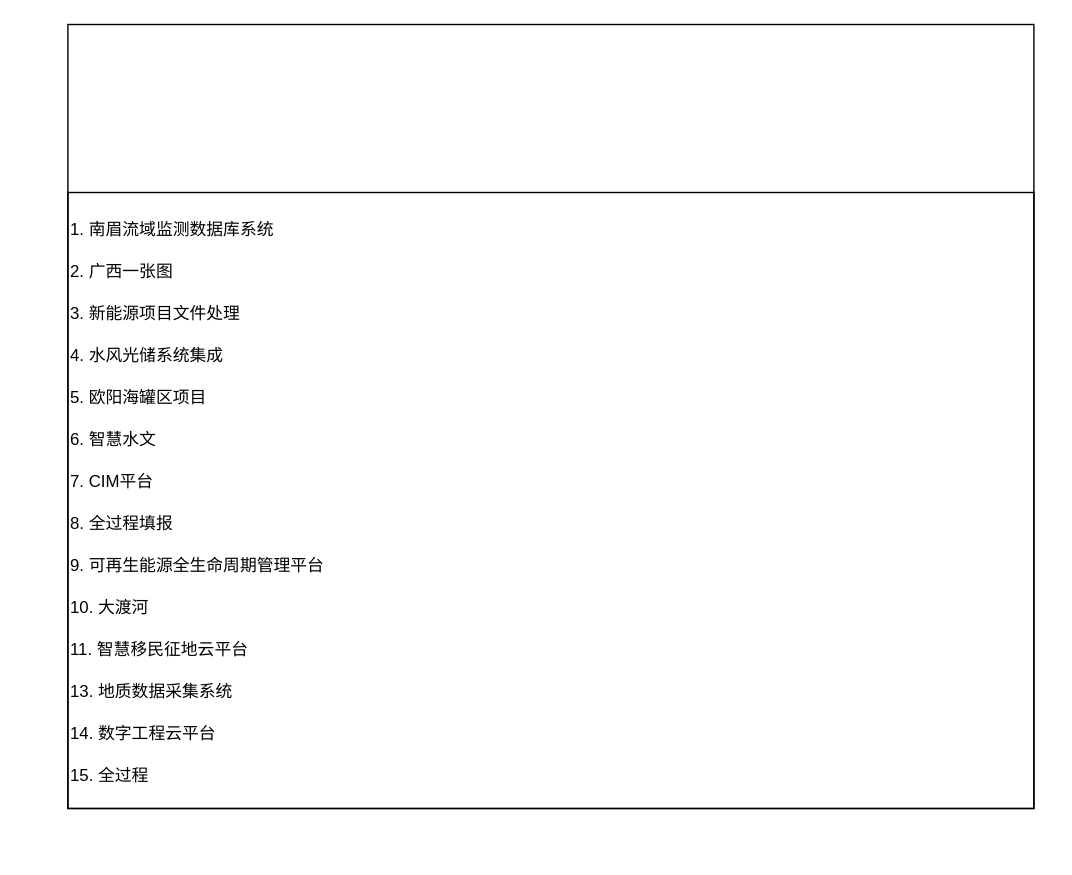
Before: 低代码—生态市场—项目生态.drawio in tangyaosimida/love, a draw.io diagram. Source tidied: cells renumbered, new cells numbered last; positions are measured from the earlier drawing's top-left corner, leaving out a move shared by most shapes. Both pictures are drawn from the tidied source at 140%, with x=0, y=0 at pixel (67, 24).
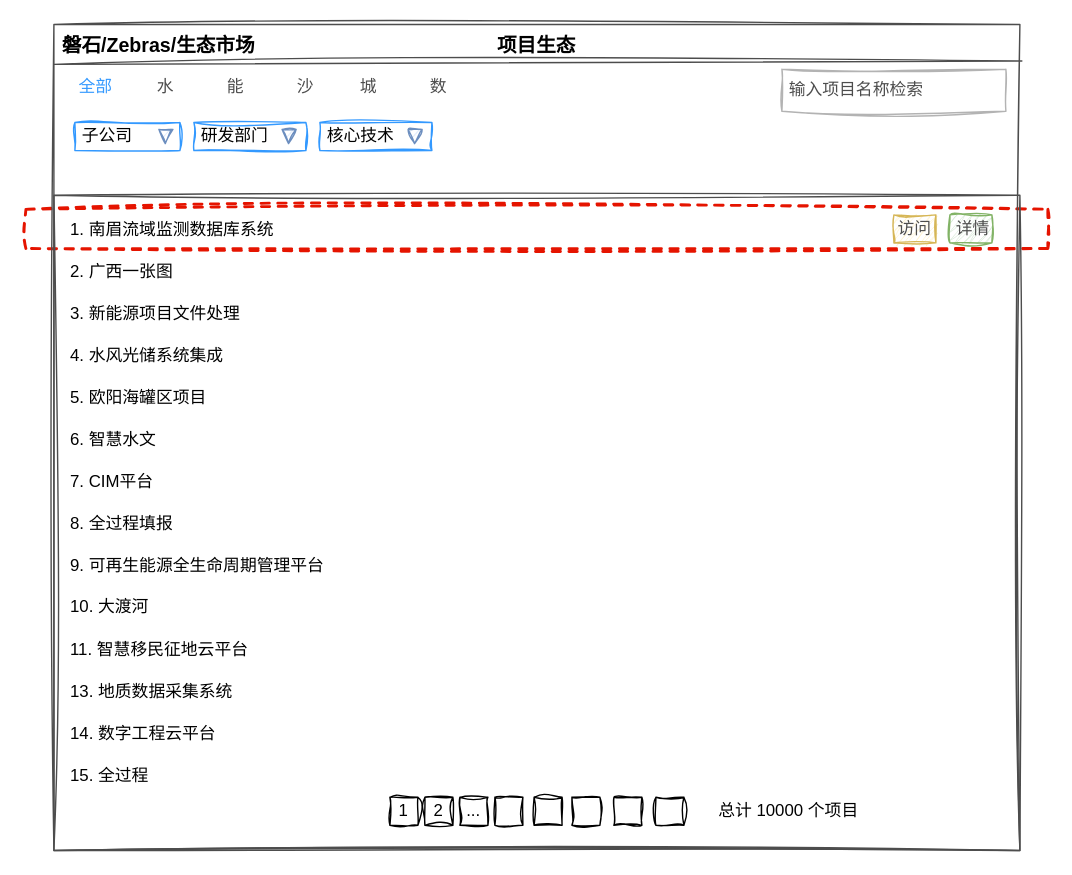
Above is the later version.

Commit message:
更新低代码—生态市场—项目生态.drawio

The edit, as a diff of the source:
```diff
@@
+    <mxCell id="18" style="rounded=0;whiteSpace=wrap;html=1;fillColor=none;dashed=1;strokeWidth=2;strokeColor=#E51400;sketch=1;curveFitting=1;jiggle=2;shadow=0;" parent="1" vertex="1">
+      <mxGeometry x="-30" y="132" width="730" height="28" as="geometry" />
+    </mxCell>
-    <mxCell id="2" style="rounded=0;whiteSpace=wrap;html=1;fillColor=none;" parent="1" vertex="1">
-      <mxGeometry width="690" height="560" as="geometry" />
+    <mxCell id="2" style="rounded=0;whiteSpace=wrap;html=1;fillColor=none;strokeColor=#4D4D4D;sketch=1;curveFitting=1;jiggle=2;shadow=0;" parent="1" vertex="1">
+      <mxGeometry x="-10" width="690" height="590" as="geometry" />
     </mxCell>
-    <mxCell id="3" style="rounded=0;whiteSpace=wrap;html=1;fillColor=none;" parent="1" vertex="1">
-      <mxGeometry y="120" width="690" height="440" as="geometry" />
+    <mxCell id="3" style="rounded=0;whiteSpace=wrap;html=1;fillColor=none;strokeColor=#4D4D4D;sketch=1;curveFitting=1;jiggle=2;shadow=0;" parent="1" vertex="1">
+      <mxGeometry x="-10" y="122" width="690" height="468" as="geometry" />
     </mxCell>
-    <mxCell id="4" value="1. 南眉流域监测数据库系统" style="text;html=1;align=left;verticalAlign=middle;whiteSpace=wrap;rounded=0;" parent="1" vertex="1">
-      <mxGeometry y="132" width="690" height="30" as="geometry" />
+    <mxCell id="4" value="1. 南眉流域监测数据库系统" style="text;html=1;align=left;verticalAlign=middle;whiteSpace=wrap;rounded=0;sketch=1;curveFitting=1;jiggle=2;shadow=0;" parent="1" vertex="1">
+      <mxGeometry y="132" width="250" height="30" as="geometry" />
     </mxCell>
-    <mxCell id="5" value="2. 广西一张图" style="text;html=1;align=left;verticalAlign=middle;whiteSpace=wrap;rounded=0;" parent="1" vertex="1">
-      <mxGeometry y="162" width="690" height="30" as="geometry" />
+    <mxCell id="5" value="2. 广西一张图" style="text;html=1;align=left;verticalAlign=middle;whiteSpace=wrap;rounded=0;sketch=1;curveFitting=1;jiggle=2;shadow=0;" parent="1" vertex="1">
+      <mxGeometry y="162" width="250" height="30" as="geometry" />
     </mxCell>
-    <mxCell id="6" value="3. 新能源项目文件处理" style="text;html=1;align=left;verticalAlign=middle;whiteSpace=wrap;rounded=0;" parent="1" vertex="1">
-      <mxGeometry y="192" width="690" height="30" as="geometry" />
+    <mxCell id="6" value="3. 新能源项目文件处理" style="text;html=1;align=left;verticalAlign=middle;whiteSpace=wrap;rounded=0;sketch=1;curveFitting=1;jiggle=2;shadow=0;" parent="1" vertex="1">
+      <mxGeometry y="192" width="250" height="30" as="geometry" />
     </mxCell>
-    <mxCell id="7" value="4. 水风光储系统集成" style="text;html=1;align=left;verticalAlign=middle;whiteSpace=wrap;rounded=0;" parent="1" vertex="1">
-      <mxGeometry y="222" width="690" height="30" as="geometry" />
+    <mxCell id="7" value="4. 水风光储系统集成" style="text;html=1;align=left;verticalAlign=middle;whiteSpace=wrap;rounded=0;sketch=1;curveFitting=1;jiggle=2;shadow=0;" parent="1" vertex="1">
+      <mxGeometry y="222" width="250" height="30" as="geometry" />
     </mxCell>
-    <mxCell id="8" value="5. 欧阳海罐区项目" style="text;html=1;align=left;verticalAlign=middle;whiteSpace=wrap;rounded=0;" parent="1" vertex="1">
-      <mxGeometry y="252" width="690" height="30" as="geometry" />
+    <mxCell id="8" value="5. 欧阳海罐区项目" style="text;html=1;align=left;verticalAlign=middle;whiteSpace=wrap;rounded=0;sketch=1;curveFitting=1;jiggle=2;shadow=0;" parent="1" vertex="1">
+      <mxGeometry y="252" width="250" height="30" as="geometry" />
     </mxCell>
-    <mxCell id="9" value="6. 智慧水文" style="text;html=1;align=left;verticalAlign=middle;whiteSpace=wrap;rounded=0;" parent="1" vertex="1">
-      <mxGeometry y="282" width="690" height="30" as="geometry" />
+    <mxCell id="9" value="6. 智慧水文" style="text;html=1;align=left;verticalAlign=middle;whiteSpace=wrap;rounded=0;sketch=1;curveFitting=1;jiggle=2;shadow=0;" parent="1" vertex="1">
+      <mxGeometry y="282" width="250" height="30" as="geometry" />
     </mxCell>
-    <mxCell id="10" value="7. CIM平台" style="text;html=1;align=left;verticalAlign=middle;whiteSpace=wrap;rounded=0;" parent="1" vertex="1">
-      <mxGeometry y="312" width="690" height="30" as="geometry" />
+    <mxCell id="10" value="7. CIM平台" style="text;html=1;align=left;verticalAlign=middle;whiteSpace=wrap;rounded=0;sketch=1;curveFitting=1;jiggle=2;shadow=0;" parent="1" vertex="1">
+      <mxGeometry y="312" width="250" height="30" as="geometry" />
     </mxCell>
-    <mxCell id="11" value="8. 全过程填报" style="text;html=1;align=left;verticalAlign=middle;whiteSpace=wrap;rounded=0;" parent="1" vertex="1">
-      <mxGeometry y="342" width="690" height="30" as="geometry" />
+    <mxCell id="11" value="8. 全过程填报" style="text;html=1;align=left;verticalAlign=middle;whiteSpace=wrap;rounded=0;sketch=1;curveFitting=1;jiggle=2;shadow=0;" parent="1" vertex="1">
+      <mxGeometry y="342" width="250" height="30" as="geometry" />
     </mxCell>
-    <mxCell id="12" value="9. 可再生能源全生命周期管理平台" style="text;html=1;align=left;verticalAlign=middle;whiteSpace=wrap;rounded=0;" parent="1" vertex="1">
-      <mxGeometry y="372" width="690" height="30" as="geometry" />
+    <mxCell id="12" value="9. 可再生能源全生命周期管理平台" style="text;html=1;align=left;verticalAlign=middle;whiteSpace=wrap;rounded=0;sketch=1;curveFitting=1;jiggle=2;shadow=0;" parent="1" vertex="1">
+      <mxGeometry y="372" width="250" height="30" as="geometry" />
     </mxCell>
-    <mxCell id="13" value="10. 大渡河" style="text;html=1;align=left;verticalAlign=middle;whiteSpace=wrap;rounded=0;" parent="1" vertex="1">
-      <mxGeometry y="402" width="690" height="30" as="geometry" />
+    <mxCell id="13" value="10. 大渡河" style="text;html=1;align=left;verticalAlign=middle;whiteSpace=wrap;rounded=0;sketch=1;curveFitting=1;jiggle=2;shadow=0;" parent="1" vertex="1">
+      <mxGeometry y="402" width="250" height="28" as="geometry" />
     </mxCell>
-    <mxCell id="14" value="11. 智慧移民征地云平台" style="text;html=1;align=left;verticalAlign=middle;whiteSpace=wrap;rounded=0;" parent="1" vertex="1">
-      <mxGeometry y="432" width="690" height="30" as="geometry" />
+    <mxCell id="14" value="11. 智慧移民征地云平台" style="text;html=1;align=left;verticalAlign=middle;whiteSpace=wrap;rounded=0;sketch=1;curveFitting=1;jiggle=2;shadow=0;" parent="1" vertex="1">
+      <mxGeometry y="432" width="250" height="30" as="geometry" />
     </mxCell>
-    <mxCell id="15" value="13. 地质数据采集系统" style="text;html=1;align=left;verticalAlign=middle;whiteSpace=wrap;rounded=0;" parent="1" vertex="1">
-      <mxGeometry y="462" width="690" height="30" as="geometry" />
+    <mxCell id="15" value="13. 地质数据采集系统" style="text;html=1;align=left;verticalAlign=middle;whiteSpace=wrap;rounded=0;sketch=1;curveFitting=1;jiggle=2;shadow=0;" parent="1" vertex="1">
+      <mxGeometry y="462" width="250" height="30" as="geometry" />
     </mxCell>
-    <mxCell id="16" value="14. 数字工程云平台" style="text;html=1;align=left;verticalAlign=middle;whiteSpace=wrap;rounded=0;" parent="1" vertex="1">
-      <mxGeometry y="492" width="690" height="30" as="geometry" />
+    <mxCell id="16" value="14. 数字工程云平台" style="text;html=1;align=left;verticalAlign=middle;whiteSpace=wrap;rounded=0;sketch=1;curveFitting=1;jiggle=2;shadow=0;" parent="1" vertex="1">
+      <mxGeometry y="492" width="210" height="30" as="geometry" />
     </mxCell>
-    <mxCell id="17" value="15. 全过程" style="text;html=1;align=left;verticalAlign=middle;whiteSpace=wrap;rounded=0;" parent="1" vertex="1">
-      <mxGeometry y="522" width="690" height="30" as="geometry" />
+    <mxCell id="17" value="15. 全过程" style="text;html=1;align=left;verticalAlign=middle;whiteSpace=wrap;rounded=0;sketch=1;curveFitting=1;jiggle=2;shadow=0;" parent="1" vertex="1">
+      <mxGeometry y="522" width="210" height="30" as="geometry" />
     </mxCell>
+    <mxCell id="19" value="项目生态" style="text;html=1;align=center;verticalAlign=middle;whiteSpace=wrap;rounded=0;fontSize=14;fontStyle=1;sketch=1;curveFitting=1;jiggle=2;shadow=0;" parent="1" vertex="1">
+      <mxGeometry x="305" width="60" height="30" as="geometry" />
+    </mxCell>
+    <mxCell id="20" value="磐石/Zebras/生态市场" style="text;html=1;align=center;verticalAlign=middle;whiteSpace=wrap;rounded=0;fontSize=14;fontStyle=1;sketch=1;curveFitting=1;jiggle=2;shadow=0;" parent="1" vertex="1">
+      <mxGeometry x="-10" width="150" height="30" as="geometry" />
+    </mxCell>
+    <mxCell id="21" value="&lt;font color=&quot;#4d4d4d&quot;&gt;&amp;nbsp;输入项目名称检索&lt;/font&gt;" style="text;html=1;align=left;verticalAlign=middle;whiteSpace=wrap;rounded=0;strokeColor=#B3B3B3;sketch=1;curveFitting=1;jiggle=2;shadow=0;" parent="1" vertex="1">
+      <mxGeometry x="510" y="32" width="160" height="30" as="geometry" />
+    </mxCell>
+    <mxCell id="22" value="全部" style="text;html=1;align=center;verticalAlign=middle;whiteSpace=wrap;rounded=0;fontColor=#3399FF;sketch=1;curveFitting=1;jiggle=2;shadow=0;" parent="1" vertex="1">
+      <mxGeometry x="-10" y="30" width="60" height="30" as="geometry" />
+    </mxCell>
+    <mxCell id="23" value="水" style="text;html=1;align=center;verticalAlign=middle;whiteSpace=wrap;rounded=0;fontColor=#4D4D4D;sketch=1;curveFitting=1;jiggle=2;shadow=0;" parent="1" vertex="1">
+      <mxGeometry x="50" y="30" width="40" height="30" as="geometry" />
+    </mxCell>
+    <mxCell id="24" value="&lt;font&gt;能&lt;/font&gt;" style="text;html=1;align=center;verticalAlign=middle;whiteSpace=wrap;rounded=0;sketch=1;curveFitting=1;jiggle=2;shadow=0;fontColor=#4D4D4D;" parent="1" vertex="1">
+      <mxGeometry x="100" y="30" width="40" height="30" as="geometry" />
+    </mxCell>
+    <mxCell id="25" value="&lt;font&gt;沙&lt;/font&gt;" style="text;html=1;align=center;verticalAlign=middle;whiteSpace=wrap;rounded=0;sketch=1;curveFitting=1;jiggle=2;shadow=0;fontColor=#4D4D4D;" parent="1" vertex="1">
+      <mxGeometry x="150" y="30" width="40" height="30" as="geometry" />
+    </mxCell>
+    <mxCell id="26" value="&lt;font&gt;城&lt;/font&gt;" style="text;html=1;align=center;verticalAlign=middle;whiteSpace=wrap;rounded=0;sketch=1;curveFitting=1;jiggle=2;shadow=0;fontColor=#4D4D4D;" parent="1" vertex="1">
+      <mxGeometry x="200" y="30" width="30" height="30" as="geometry" />
+    </mxCell>
+    <mxCell id="27" value="&lt;font&gt;数&lt;/font&gt;" style="text;html=1;align=center;verticalAlign=middle;whiteSpace=wrap;rounded=0;sketch=1;curveFitting=1;jiggle=2;shadow=0;fontColor=#4D4D4D;" parent="1" vertex="1">
+      <mxGeometry x="250" y="30" width="30" height="30" as="geometry" />
+    </mxCell>
+    <mxCell id="28" value="&amp;nbsp;子公司" style="rounded=0;whiteSpace=wrap;html=1;align=left;strokeColor=#3399FF;sketch=1;curveFitting=1;jiggle=2;shadow=0;" parent="1" vertex="1">
+      <mxGeometry x="5" y="70" width="75" height="20" as="geometry" />
+    </mxCell>
+    <mxCell id="29" value="&amp;nbsp;研发部门" style="rounded=0;whiteSpace=wrap;html=1;align=left;strokeColor=#3399FF;sketch=1;curveFitting=1;jiggle=2;shadow=0;" parent="1" vertex="1">
+      <mxGeometry x="90" y="70" width="80" height="20" as="geometry" />
+    </mxCell>
+    <mxCell id="30" value="&amp;nbsp;核心技术" style="rounded=0;whiteSpace=wrap;html=1;align=left;strokeColor=#3399FF;sketch=1;curveFitting=1;jiggle=2;shadow=0;" parent="1" vertex="1">
+      <mxGeometry x="180" y="70" width="80" height="20" as="geometry" />
+    </mxCell>
+    <mxCell id="31" style="verticalLabelPosition=bottom;verticalAlign=top;html=1;shape=mxgraph.basic.acute_triangle;dx=0.54;direction=west;fillColor=#dae8fc;strokeColor=#6c8ebf;sketch=1;curveFitting=1;jiggle=2;shadow=0;" parent="1" vertex="1">
+      <mxGeometry x="65" y="75" width="10" height="10" as="geometry" />
+    </mxCell>
+    <mxCell id="32" style="verticalLabelPosition=bottom;verticalAlign=top;html=1;shape=mxgraph.basic.acute_triangle;dx=0.54;direction=west;fillColor=#dae8fc;strokeColor=#6c8ebf;sketch=1;curveFitting=1;jiggle=2;shadow=0;" parent="1" vertex="1">
+      <mxGeometry x="153" y="75" width="10" height="10" as="geometry" />
+    </mxCell>
+    <mxCell id="33" style="verticalLabelPosition=bottom;verticalAlign=top;html=1;shape=mxgraph.basic.acute_triangle;dx=0.54;direction=west;fillColor=#dae8fc;strokeColor=#6c8ebf;sketch=1;curveFitting=1;jiggle=2;shadow=0;" parent="1" vertex="1">
+      <mxGeometry x="243" y="75" width="10" height="10" as="geometry" />
+    </mxCell>
+    <mxCell id="34" style="whiteSpace=wrap;html=1;fillColor=none;sketch=1;curveFitting=1;jiggle=2;shadow=0;" parent="1" vertex="1">
+      <mxGeometry x="333" y="552" width="20" height="20" as="geometry" />
+    </mxCell>
+    <mxCell id="35" style="whiteSpace=wrap;html=1;fillColor=none;sketch=1;curveFitting=1;jiggle=2;shadow=0;" parent="1" vertex="1">
+      <mxGeometry x="305" y="552" width="20" height="20" as="geometry" />
+    </mxCell>
+    <mxCell id="36" value="..." style="whiteSpace=wrap;html=1;fillColor=none;sketch=1;curveFitting=1;jiggle=2;shadow=0;" parent="1" vertex="1">
+      <mxGeometry x="280" y="552" width="20" height="20" as="geometry" />
+    </mxCell>
+    <mxCell id="37" value="2" style="whiteSpace=wrap;html=1;fillColor=none;sketch=1;curveFitting=1;jiggle=2;shadow=0;" parent="1" vertex="1">
+      <mxGeometry x="255" y="552" width="20" height="20" as="geometry" />
+    </mxCell>
+    <mxCell id="38" value="1" style="whiteSpace=wrap;html=1;fillColor=none;sketch=1;curveFitting=1;jiggle=2;shadow=0;" parent="1" vertex="1">
+      <mxGeometry x="230" y="552" width="20" height="20" as="geometry" />
+    </mxCell>
+    <mxCell id="39" style="whiteSpace=wrap;html=1;fillColor=none;sketch=1;curveFitting=1;jiggle=2;shadow=0;" parent="1" vertex="1">
+      <mxGeometry x="360" y="552" width="20" height="20" as="geometry" />
+    </mxCell>
+    <mxCell id="40" style="whiteSpace=wrap;html=1;fillColor=none;sketch=1;curveFitting=1;jiggle=2;shadow=0;" parent="1" vertex="1">
+      <mxGeometry x="390" y="552" width="20" height="20" as="geometry" />
+    </mxCell>
+    <mxCell id="41" style="whiteSpace=wrap;html=1;fillColor=none;sketch=1;curveFitting=1;jiggle=2;shadow=0;" parent="1" vertex="1">
+      <mxGeometry x="420" y="552" width="20" height="20" as="geometry" />
+    </mxCell>
+    <mxCell id="42" value="总计 10000 个项目" style="text;html=1;align=center;verticalAlign=middle;whiteSpace=wrap;rounded=0;sketch=1;curveFitting=1;jiggle=2;shadow=0;" parent="1" vertex="1">
+      <mxGeometry x="460" y="547" width="110" height="30" as="geometry" />
+    </mxCell>
+    <mxCell id="43" style="endArrow=none;html=1;rounded=0;entryX=1.002;entryY=0.034;entryDx=0;entryDy=0;entryPerimeter=0;exitX=0;exitY=0.75;exitDx=0;exitDy=0;strokeColor=#4D4D4D;sketch=1;curveFitting=1;jiggle=2;shadow=0;" parent="1" edge="1">
+      <mxGeometry relative="1" as="geometry">
+        <mxPoint x="-10" y="28.5" as="sourcePoint" />
+        <mxPoint x="681.4" y="26.1" as="targetPoint" />
+      </mxGeometry>
+    </mxCell>
+    <mxCell id="44" value="&lt;font color=&quot;#4d4d4d&quot;&gt;&amp;nbsp;详情&lt;/font&gt;" style="text;html=1;align=center;verticalAlign=middle;whiteSpace=wrap;rounded=0;sketch=1;curveFitting=1;jiggle=2;shadow=0;fillColor=#d5e8d4;strokeColor=#82b366;" parent="1" vertex="1">
+      <mxGeometry x="630" y="136" width="30" height="20" as="geometry" />
+    </mxCell>
+    <mxCell id="45" value="&lt;font color=&quot;#4d4d4d&quot;&gt;访问&lt;/font&gt;" style="text;html=1;align=center;verticalAlign=middle;whiteSpace=wrap;rounded=0;sketch=1;curveFitting=1;jiggle=2;shadow=0;fillColor=#fff2cc;strokeColor=#d6b656;" parent="1" vertex="1">
+      <mxGeometry x="590" y="136" width="30" height="20" as="geometry" />
+    </mxCell>
```
